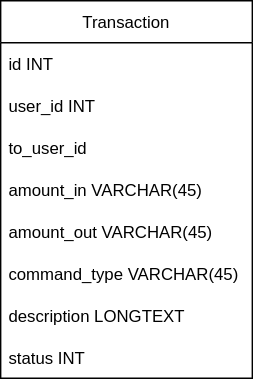
Above: document/draft1.drawio.svg in fujiwaraizuho/tipjpyc (draw.io), before the change. Source tidied: cells renumbered, new cells last; positions are measured from the earlier drawing's top-left corner, leaving out a move shared by most shapes.
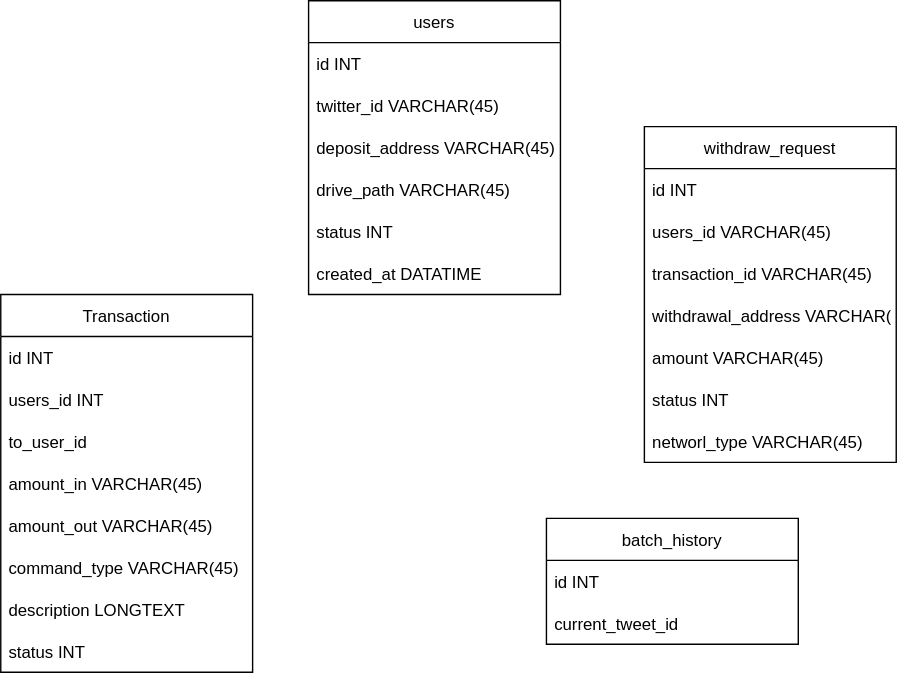
After the change.

Commit message:
update flow chart

Change to the diagram source:
```diff
@@ -8,7 +8,7 @@
     <mxCell id="3" value="id INT" style="text;strokeColor=none;fillColor=none;align=left;verticalAlign=middle;spacingLeft=4;spacingRight=4;overflow=hidden;" parent="2" vertex="1">
       <mxGeometry y="30" width="180" height="30" as="geometry" />
     </mxCell>
-    <mxCell id="4" value="user_id INT" style="text;strokeColor=none;fillColor=none;align=left;verticalAlign=middle;spacingLeft=4;spacingRight=4;overflow=hidden;" parent="2" vertex="1">
+    <mxCell id="4" value="users_id INT" style="text;strokeColor=none;fillColor=none;align=left;verticalAlign=middle;spacingLeft=4;spacingRight=4;overflow=hidden;" parent="2" vertex="1">
       <mxGeometry y="60" width="180" height="30" as="geometry" />
     </mxCell>
     <mxCell id="5" value="to_user_id" style="text;strokeColor=none;fillColor=none;align=left;verticalAlign=middle;spacingLeft=4;spacingRight=4;overflow=hidden;" parent="2" vertex="1">
@@ -29,5 +29,59 @@
     <mxCell id="10" value="status INT" style="text;strokeColor=none;fillColor=none;align=left;verticalAlign=middle;spacingLeft=4;spacingRight=4;overflow=hidden;" parent="2" vertex="1">
       <mxGeometry y="240" width="180" height="30" as="geometry" />
     </mxCell>
+    <mxCell id="11" value="users" style="swimlane;fontStyle=0;horizontal=1;startSize=30;" parent="1" vertex="1">
+      <mxGeometry x="220" y="-210" width="180" height="210" as="geometry" />
+    </mxCell>
+    <mxCell id="12" value="id INT" style="text;strokeColor=none;fillColor=none;align=left;verticalAlign=middle;spacingLeft=4;spacingRight=4;overflow=hidden;" parent="11" vertex="1">
+      <mxGeometry y="30" width="180" height="30" as="geometry" />
+    </mxCell>
+    <mxCell id="13" value="twitter_id VARCHAR(45)" style="text;strokeColor=none;fillColor=none;align=left;verticalAlign=middle;spacingLeft=4;spacingRight=4;overflow=hidden;" parent="11" vertex="1">
+      <mxGeometry y="60" width="180" height="30" as="geometry" />
+    </mxCell>
+    <mxCell id="14" value="deposit_address VARCHAR(45)" style="text;strokeColor=none;fillColor=none;align=left;verticalAlign=middle;spacingLeft=4;spacingRight=4;overflow=hidden;" parent="11" vertex="1">
+      <mxGeometry y="90" width="180" height="30" as="geometry" />
+    </mxCell>
+    <mxCell id="15" value="drive_path VARCHAR(45)" style="text;strokeColor=none;fillColor=none;align=left;verticalAlign=middle;spacingLeft=4;spacingRight=4;overflow=hidden;" parent="11" vertex="1">
+      <mxGeometry y="120" width="180" height="30" as="geometry" />
+    </mxCell>
+    <mxCell id="16" value="status INT" style="text;strokeColor=none;fillColor=none;align=left;verticalAlign=middle;spacingLeft=4;spacingRight=4;overflow=hidden;" parent="11" vertex="1">
+      <mxGeometry y="150" width="180" height="30" as="geometry" />
+    </mxCell>
+    <mxCell id="17" value="created_at DATATIME" style="text;strokeColor=none;fillColor=none;align=left;verticalAlign=middle;spacingLeft=4;spacingRight=4;overflow=hidden;" parent="11" vertex="1">
+      <mxGeometry y="180" width="180" height="30" as="geometry" />
+    </mxCell>
+    <mxCell id="18" value="withdraw_request" style="swimlane;fontStyle=0;horizontal=1;startSize=30;" parent="1" vertex="1">
+      <mxGeometry x="460" y="-120" width="180" height="240" as="geometry" />
+    </mxCell>
+    <mxCell id="19" value="id INT" style="text;strokeColor=none;fillColor=none;align=left;verticalAlign=middle;spacingLeft=4;spacingRight=4;overflow=hidden;" parent="18" vertex="1">
+      <mxGeometry y="30" width="180" height="30" as="geometry" />
+    </mxCell>
+    <mxCell id="20" value="users_id VARCHAR(45)" style="text;strokeColor=none;fillColor=none;align=left;verticalAlign=middle;spacingLeft=4;spacingRight=4;overflow=hidden;" parent="18" vertex="1">
+      <mxGeometry y="60" width="180" height="30" as="geometry" />
+    </mxCell>
+    <mxCell id="21" value="transaction_id VARCHAR(45)" style="text;strokeColor=none;fillColor=none;align=left;verticalAlign=middle;spacingLeft=4;spacingRight=4;overflow=hidden;" parent="18" vertex="1">
+      <mxGeometry y="90" width="180" height="30" as="geometry" />
+    </mxCell>
+    <mxCell id="22" value="withdrawal_address VARCHAR(45)" style="text;strokeColor=none;fillColor=none;align=left;verticalAlign=middle;spacingLeft=4;spacingRight=4;overflow=hidden;" parent="18" vertex="1">
+      <mxGeometry y="120" width="180" height="30" as="geometry" />
+    </mxCell>
+    <mxCell id="23" value="amount VARCHAR(45)" style="text;strokeColor=none;fillColor=none;align=left;verticalAlign=middle;spacingLeft=4;spacingRight=4;overflow=hidden;" parent="18" vertex="1">
+      <mxGeometry y="150" width="180" height="30" as="geometry" />
+    </mxCell>
+    <mxCell id="24" value="status INT" style="text;strokeColor=none;fillColor=none;align=left;verticalAlign=middle;spacingLeft=4;spacingRight=4;overflow=hidden;" parent="18" vertex="1">
+      <mxGeometry y="180" width="180" height="30" as="geometry" />
+    </mxCell>
+    <mxCell id="25" value="networl_type VARCHAR(45)" style="text;strokeColor=none;fillColor=none;align=left;verticalAlign=middle;spacingLeft=4;spacingRight=4;overflow=hidden;" parent="18" vertex="1">
+      <mxGeometry y="210" width="180" height="30" as="geometry" />
+    </mxCell>
+    <mxCell id="26" value="batch_history" style="swimlane;fontStyle=0;horizontal=1;startSize=30;" parent="1" vertex="1">
+      <mxGeometry x="390" y="160" width="180" height="90" as="geometry" />
+    </mxCell>
+    <mxCell id="27" value="id INT" style="text;strokeColor=none;fillColor=none;align=left;verticalAlign=middle;spacingLeft=4;spacingRight=4;overflow=hidden;" parent="26" vertex="1">
+      <mxGeometry y="30" width="180" height="30" as="geometry" />
+    </mxCell>
+    <mxCell id="28" value="current_tweet_id" style="text;strokeColor=none;fillColor=none;align=left;verticalAlign=middle;spacingLeft=4;spacingRight=4;overflow=hidden;" parent="26" vertex="1">
+      <mxGeometry y="60" width="180" height="30" as="geometry" />
+    </mxCell>
   </root>
 </mxGraphModel>
```
